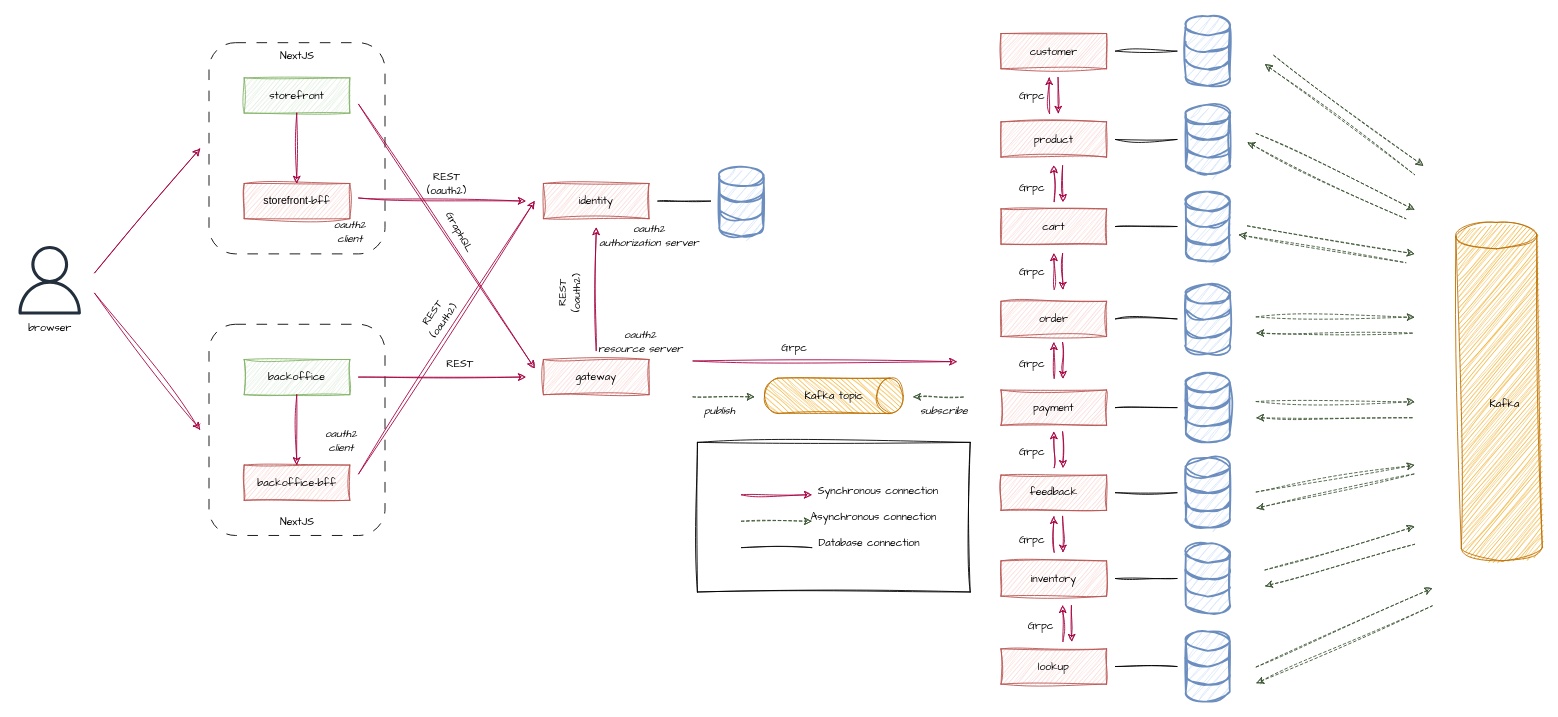
Earlier version of the draw.io diagram page "system-arch" (1 of 7) of wiki/drawing.drawio (sandangt/icecream). Source tidied: cells renumbered, new cells numbered last; positions are measured from the earlier drawing's top-left corner, leaving out a move shared by most shapes. Both pictures are drawn from the tidied source at 88%, with x=0, y=0 at pixel (15, 16).
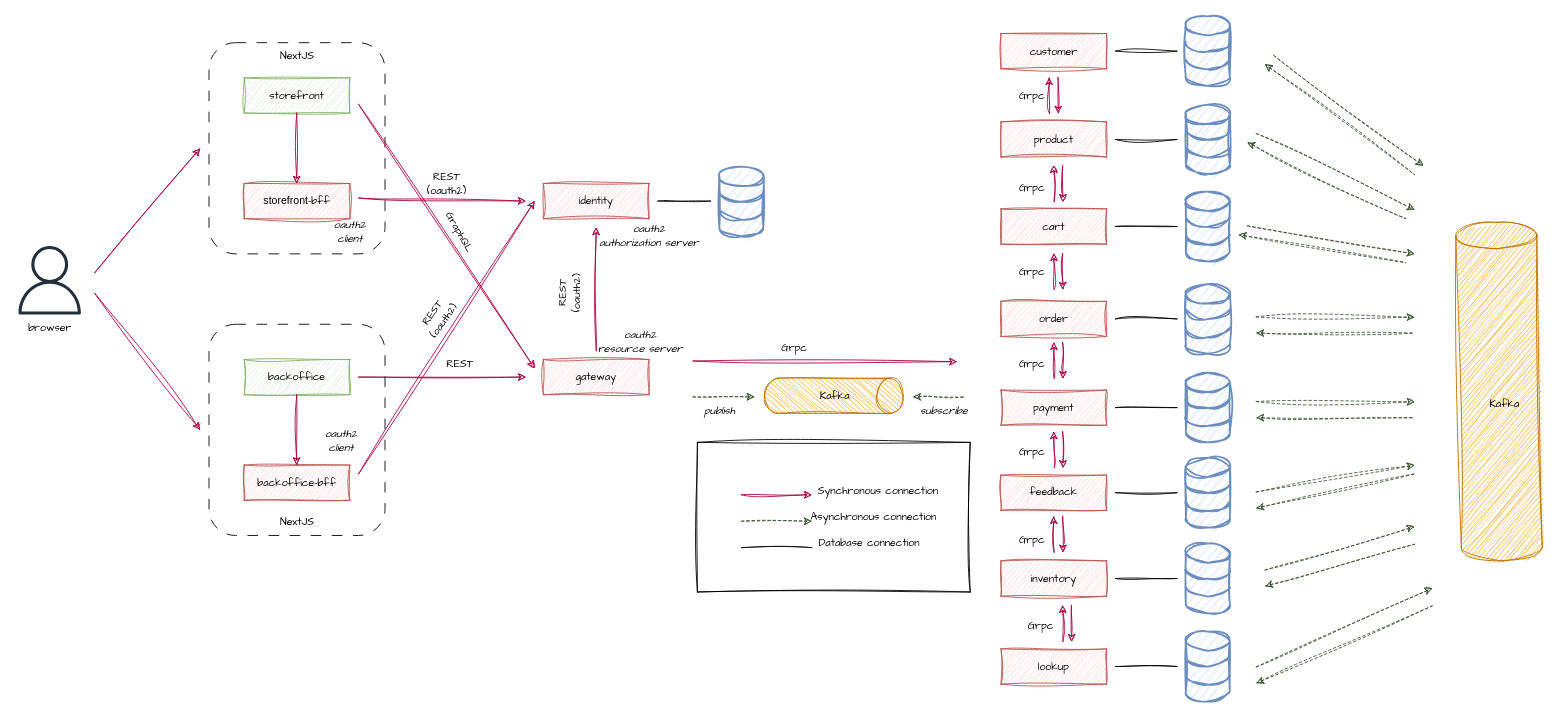
Above is the later version.

Change to the diagram source:
```diff
@@
-<mxGraphModel>
+<mxGraphModel background="#ffffff">
@@
-    <mxCell id="30" value="&lt;font face=&quot;Comic Sans MS&quot;&gt;Kafka topic&lt;/font&gt;" style="text;html=1;align=center;verticalAlign=middle;strokeColor=none;fillColor=none;" parent="1" vertex="1">
-      <mxGeometry x="890" y="416.2" width="80" height="30" as="geometry" />
+    <mxCell id="30" value="&lt;font face=&quot;Comic Sans MS&quot;&gt;Kafka&lt;/font&gt;" style="text;html=1;align=center;verticalAlign=middle;strokeColor=none;fillColor=none;" parent="1" vertex="1">
+      <mxGeometry x="907" y="418.2" width="47" height="26" as="geometry" />
     </mxCell>
```
